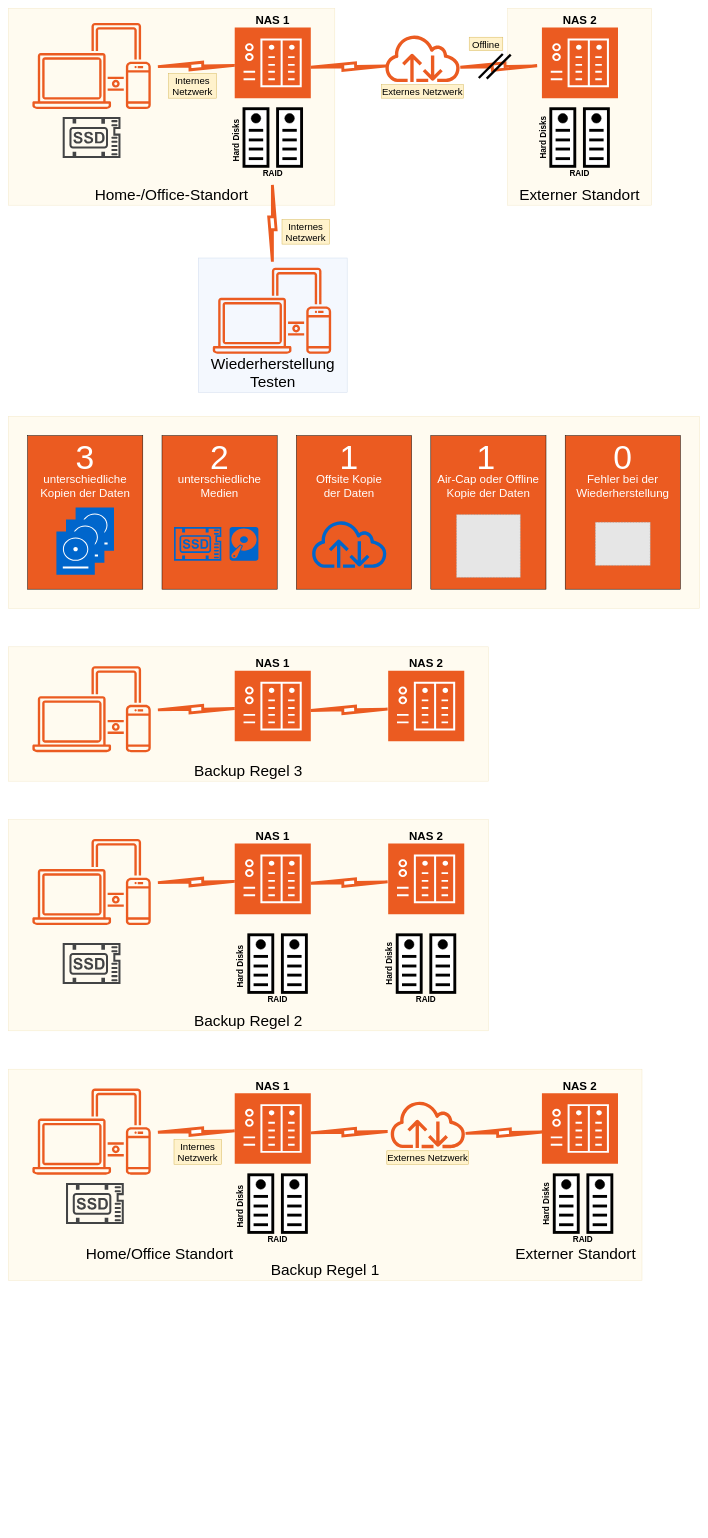
Earlier version of the draw.io diagram SmarterTec Data Management 3-2-1-1-0.drawio (noelchiocchetti/SmarterTec). Source tidied: cells renumbered, new cells numbered last; positions are measured from the earlier drawing's top-left corner, leaving out a move shared by most shapes. Both pictures are drawn from the tidied source at 48%, with x=0, y=0 at pixel (8, 8). Pictures stored in the file or linked from it are replaced by grey dashed boxes.
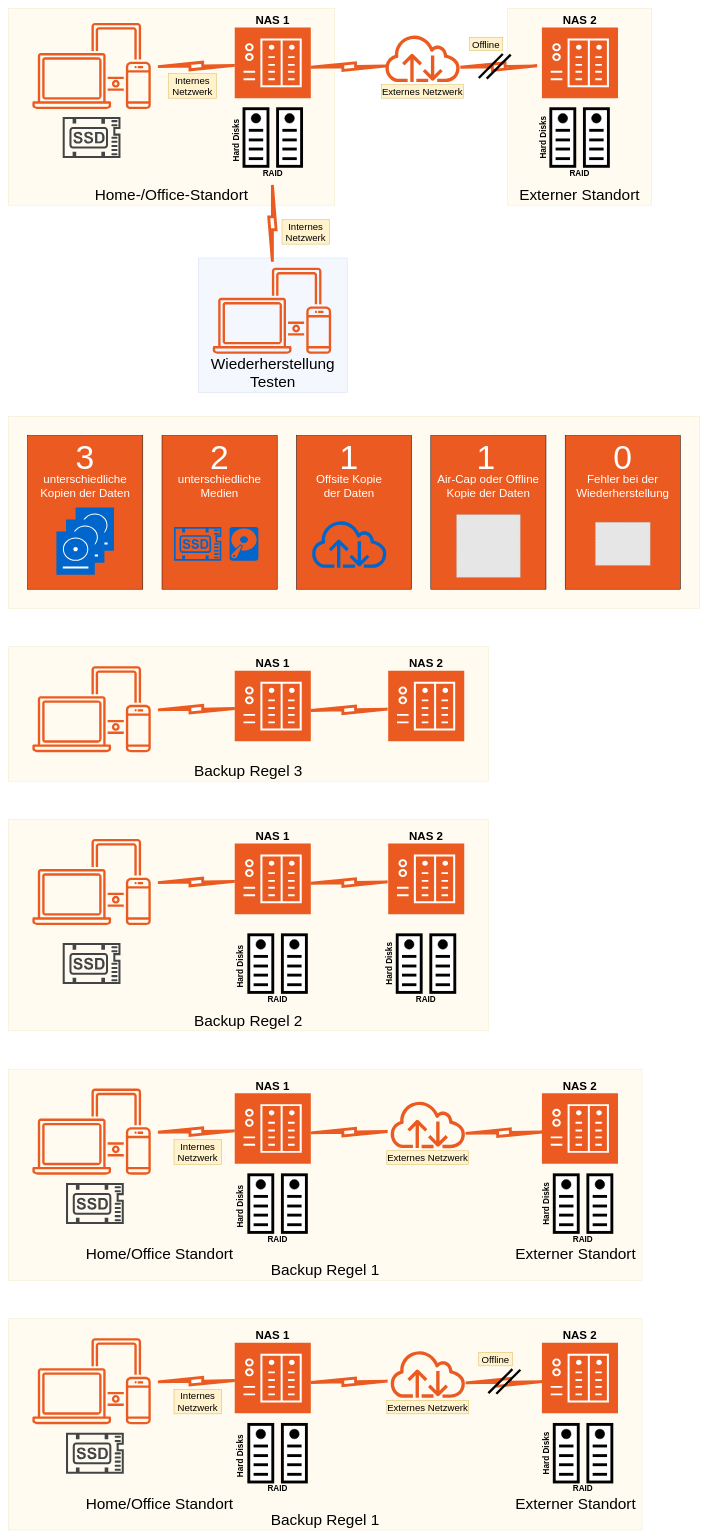
The same diagram, later.

What changed in the source:
```diff
@@
-    <mxCell id="47" style="endArrow=none;html=1;rounded=0;strokeWidth=5;" parent="1" edge="1">
-      <mxGeometry relative="1" as="geometry">
-        <mxPoint x="980" y="145" as="sourcePoint" />
-        <mxPoint x="1030" y="95" as="targetPoint" />
-      </mxGeometry>
-    </mxCell>
-    <mxCell id="48" style="endArrow=none;html=1;rounded=0;strokeWidth=5;" parent="1" edge="1">
-      <mxGeometry relative="1" as="geometry">
-        <mxPoint x="996.5" y="146.2" as="sourcePoint" />
-        <mxPoint x="1046.5" y="96.2" as="targetPoint" />
-      </mxGeometry>
-    </mxCell>
-    <mxCell id="49" value="Offline" style="whiteSpace=wrap;html=1;fillColor=#fff2cc;strokeColor=#d6b656;fontSize=20;" parent="1" vertex="1">
-      <mxGeometry x="960" y="60" width="70" height="28" as="geometry" />
-    </mxCell>
@@
+    <mxCell id="185" value="&lt;font style=&quot;font-size: 32px;&quot;&gt;Backup Regel 1&lt;/font&gt;" style="rounded=0;whiteSpace=wrap;html=1;fillColor=#FFF2CC;strokeColor=#d6b656;opacity=30;labelPosition=center;verticalLabelPosition=middle;align=center;verticalAlign=bottom;" parent="1" vertex="1">
+      <mxGeometry y="2730" width="1320" height="440" as="geometry" />
+    </mxCell>
+    <mxCell id="186" style="sketch=0;gradientColor=none;fontColor=#545B64;strokeColor=none;fillColor=#EB5B21;dashed=0;verticalLabelPosition=bottom;verticalAlign=top;align=center;html=1;fontSize=12;fontStyle=0;shape=mxgraph.aws4.illustration_devices;" parent="1" vertex="1">
+      <mxGeometry x="50" y="2770" width="246.6" height="180" as="geometry" />
+    </mxCell>
+    <mxCell id="187" style="sketch=0;shadow=0;dashed=0;html=1;strokeColor=none;fillColor=#EB5B21;labelPosition=center;verticalLabelPosition=bottom;verticalAlign=top;align=center;shape=mxgraph.veeam2.nas;" parent="1" vertex="1">
+      <mxGeometry x="471.5" y="2780" width="158.5" height="147" as="geometry" />
+    </mxCell>
+    <mxCell id="188" style="sketch=0;shadow=0;dashed=0;html=1;strokeColor=none;fillColor=#EB5B21;labelPosition=center;verticalLabelPosition=bottom;verticalAlign=top;align=center;shape=mxgraph.veeam2.nas;" parent="1" vertex="1">
+      <mxGeometry x="1111.5" y="2780" width="158.5" height="147" as="geometry" />
+    </mxCell>
+    <mxCell id="189" style="html=1;verticalLabelPosition=bottom;align=center;labelBackgroundColor=#ffffff;verticalAlign=top;strokeWidth=6;strokeColor=#EB5B21;shadow=0;dashed=0;shape=mxgraph.ios7.icons.flash;rotation=-181;" parent="1" vertex="1">
+      <mxGeometry x="311.5" y="2852.3" width="160" height="15.4" as="geometry" />
+    </mxCell>
+    <mxCell id="190" style="html=1;verticalLabelPosition=bottom;align=center;labelBackgroundColor=#ffffff;verticalAlign=top;strokeWidth=6;strokeColor=#EB5B21;shadow=0;dashed=0;shape=mxgraph.ios7.icons.flash;rotation=-181;" parent="1" vertex="1">
+      <mxGeometry x="630" y="2853.5" width="160" height="15.4" as="geometry" />
+    </mxCell>
+    <mxCell id="191" value="NAS 1" style="text;html=1;whiteSpace=wrap;strokeColor=none;fillColor=none;align=center;verticalAlign=middle;rounded=0;fontSize=24;fontStyle=1;" parent="1" vertex="1">
+      <mxGeometry x="511.1" y="2750" width="79.2" height="30" as="geometry" />
+    </mxCell>
+    <mxCell id="192" value="NAS 2" style="text;html=1;whiteSpace=wrap;strokeColor=none;fillColor=none;align=center;verticalAlign=middle;rounded=0;fontSize=24;fontStyle=1;" parent="1" vertex="1">
+      <mxGeometry x="1151.1" y="2750" width="79.2" height="30" as="geometry" />
+    </mxCell>
+    <mxCell id="193" style="sketch=0;shadow=0;dashed=0;html=1;strokeColor=none;fillColor=#434445;labelPosition=center;verticalLabelPosition=bottom;verticalAlign=top;align=center;shape=mxgraph.vvd.ssd;" parent="1" vertex="1">
+      <mxGeometry x="120" y="2967.2" width="120.4" height="85.5" as="geometry" />
+    </mxCell>
+    <mxCell id="194" style="group;" parent="1" vertex="1">
+      <mxGeometry x="470" y="2950" width="150.8" height="150" as="geometry" />
+    </mxCell>
+    <mxCell id="195" style="group;" parent="194" vertex="1">
+      <mxGeometry x="30.8" width="120" height="120" as="geometry" />
+    </mxCell>
+    <mxCell id="196" style="group;" parent="195" vertex="1">
+      <mxGeometry width="50" height="120" as="geometry" />
+    </mxCell>
+    <mxCell id="197" style="rounded=0;whiteSpace=wrap;html=1;strokeWidth=6;" parent="196" vertex="1">
+      <mxGeometry width="50" height="120" as="geometry" />
+    </mxCell>
+    <mxCell id="198" style="ellipse;whiteSpace=wrap;html=1;fillStyle=solid;fillColor=#000000;" parent="196" vertex="1">
+      <mxGeometry x="15" y="10" width="20" height="20" as="geometry" />
+    </mxCell>
+    <mxCell id="199" style="endArrow=none;html=1;rounded=0;strokeWidth=6;" parent="196" edge="1">
+      <mxGeometry relative="1" as="geometry">
+        <mxPoint x="10" y="45" as="sourcePoint" />
+        <mxPoint x="40" y="45" as="targetPoint" />
+      </mxGeometry>
+    </mxCell>
+    <mxCell id="200" style="endArrow=none;html=1;rounded=0;strokeWidth=6;" parent="196" edge="1">
+      <mxGeometry relative="1" as="geometry">
+        <mxPoint x="10" y="104" as="sourcePoint" />
+        <mxPoint x="40" y="104" as="targetPoint" />
+      </mxGeometry>
+    </mxCell>
+    <mxCell id="201" style="endArrow=none;html=1;rounded=0;strokeWidth=6;" parent="196" edge="1">
+      <mxGeometry relative="1" as="geometry">
+        <mxPoint x="10" y="65" as="sourcePoint" />
+        <mxPoint x="40" y="65" as="targetPoint" />
+      </mxGeometry>
+    </mxCell>
+    <mxCell id="202" style="endArrow=none;html=1;rounded=0;strokeWidth=6;" parent="196" edge="1">
+      <mxGeometry relative="1" as="geometry">
+        <mxPoint x="10" y="84" as="sourcePoint" />
+        <mxPoint x="40" y="84" as="targetPoint" />
+      </mxGeometry>
+    </mxCell>
+    <mxCell id="203" style="group;" parent="195" vertex="1">
+      <mxGeometry x="70" width="50" height="120" as="geometry" />
+    </mxCell>
+    <mxCell id="204" style="rounded=0;whiteSpace=wrap;html=1;strokeWidth=6;" parent="203" vertex="1">
+      <mxGeometry width="50" height="120" as="geometry" />
+    </mxCell>
+    <mxCell id="205" style="ellipse;whiteSpace=wrap;html=1;fillStyle=solid;fillColor=#000000;" parent="203" vertex="1">
+      <mxGeometry x="15" y="10" width="20" height="20" as="geometry" />
+    </mxCell>
+    <mxCell id="206" style="endArrow=none;html=1;rounded=0;strokeWidth=6;" parent="203" edge="1">
+      <mxGeometry relative="1" as="geometry">
+        <mxPoint x="10" y="45" as="sourcePoint" />
+        <mxPoint x="40" y="45" as="targetPoint" />
+      </mxGeometry>
+    </mxCell>
+    <mxCell id="207" style="endArrow=none;html=1;rounded=0;strokeWidth=6;" parent="203" edge="1">
+      <mxGeometry relative="1" as="geometry">
+        <mxPoint x="10" y="104" as="sourcePoint" />
+        <mxPoint x="40" y="104" as="targetPoint" />
+      </mxGeometry>
+    </mxCell>
+    <mxCell id="208" style="endArrow=none;html=1;rounded=0;strokeWidth=6;" parent="203" edge="1">
+      <mxGeometry relative="1" as="geometry">
+        <mxPoint x="10" y="65" as="sourcePoint" />
+        <mxPoint x="40" y="65" as="targetPoint" />
+      </mxGeometry>
+    </mxCell>
+    <mxCell id="209" style="endArrow=none;html=1;rounded=0;strokeWidth=6;" parent="203" edge="1">
+      <mxGeometry relative="1" as="geometry">
+        <mxPoint x="10" y="84" as="sourcePoint" />
+        <mxPoint x="40" y="84" as="targetPoint" />
+      </mxGeometry>
+    </mxCell>
+    <mxCell id="210" value="RAID" style="text;html=1;whiteSpace=wrap;strokeColor=none;fillColor=none;align=center;verticalAlign=middle;rounded=0;fontSize=17;fontStyle=1;" parent="194" vertex="1">
+      <mxGeometry x="60.8" y="120" width="60" height="30" as="geometry" />
+    </mxCell>
+    <mxCell id="211" value="Hard Disks" style="text;html=1;whiteSpace=wrap;strokeColor=none;fillColor=none;align=center;verticalAlign=middle;rounded=0;fontSize=17;fontStyle=1;rotation=-90;" parent="194" vertex="1">
+      <mxGeometry x="-40" y="51" width="110" height="30" as="geometry" />
+    </mxCell>
+    <mxCell id="212" style="sketch=0;fontColor=#232F3E;gradientColor=none;fillColor=#EB5B21;strokeColor=none;dashed=0;verticalLabelPosition=bottom;verticalAlign=top;align=center;html=1;fontSize=12;fontStyle=0;shape=mxgraph.aws4.internet;" parent="1" vertex="1">
+      <mxGeometry x="792.5" y="2794.5" width="162.5" height="100" as="geometry" />
+    </mxCell>
+    <mxCell id="213" style="html=1;verticalLabelPosition=bottom;align=center;labelBackgroundColor=#ffffff;verticalAlign=top;strokeWidth=6;strokeColor=#EB5B21;shadow=0;dashed=0;shape=mxgraph.ios7.icons.flash;rotation=-181;" parent="1" vertex="1">
+      <mxGeometry x="952.5" y="2854.5" width="160" height="15.4" as="geometry" />
+    </mxCell>
+    <mxCell id="214" value="Internes&lt;div&gt;Netzwerk&lt;/div&gt;" style="whiteSpace=wrap;html=1;fillColor=#fff2cc;strokeColor=#d6b656;fontSize=20;" parent="1" vertex="1">
+      <mxGeometry x="345" y="2876.9" width="99.1" height="51.1" as="geometry" />
+    </mxCell>
+    <mxCell id="215" value="Externes Netzwerk" style="whiteSpace=wrap;html=1;fillColor=#fff2cc;strokeColor=#d6b656;fontSize=20;" parent="1" vertex="1">
+      <mxGeometry x="788.4" y="2900" width="170.6" height="28" as="geometry" />
+    </mxCell>
+    <mxCell id="216" value="Externer Standort" style="text;html=1;whiteSpace=wrap;strokeColor=none;fillColor=none;align=center;verticalAlign=middle;rounded=0;fontSize=32;fontStyle=0;" parent="1" vertex="1">
+      <mxGeometry x="1052.2" y="3100" width="260" height="30" as="geometry" />
+    </mxCell>
+    <mxCell id="217" value="Home/Office Standort" style="text;html=1;whiteSpace=wrap;strokeColor=none;fillColor=none;align=center;verticalAlign=middle;rounded=0;fontSize=32;fontStyle=0;" parent="1" vertex="1">
+      <mxGeometry x="160" y="3100" width="310" height="30" as="geometry" />
+    </mxCell>
+    <mxCell id="218" style="group;" parent="1" vertex="1">
+      <mxGeometry x="1107.2" y="2950" width="150" height="150" as="geometry" />
+    </mxCell>
+    <mxCell id="219" value="RAID" style="text;html=1;whiteSpace=wrap;strokeColor=none;fillColor=none;align=center;verticalAlign=middle;rounded=0;fontSize=17;fontStyle=1;" parent="218" vertex="1">
+      <mxGeometry x="60" y="120" width="60" height="30" as="geometry" />
+    </mxCell>
+    <mxCell id="220" value="Hard Disks" style="text;html=1;whiteSpace=wrap;strokeColor=none;fillColor=none;align=center;verticalAlign=middle;rounded=0;fontSize=17;fontStyle=1;rotation=-90;" parent="218" vertex="1">
+      <mxGeometry x="-40" y="45" width="110" height="30" as="geometry" />
+    </mxCell>
+    <mxCell id="221" style="group;" parent="218" vertex="1">
+      <mxGeometry x="30" width="50" height="120" as="geometry" />
+    </mxCell>
+    <mxCell id="222" style="rounded=0;whiteSpace=wrap;html=1;strokeWidth=6;" parent="221" vertex="1">
+      <mxGeometry width="50" height="120" as="geometry" />
+    </mxCell>
+    <mxCell id="223" style="ellipse;whiteSpace=wrap;html=1;fillStyle=solid;fillColor=#000000;" parent="221" vertex="1">
+      <mxGeometry x="15" y="10" width="20" height="20" as="geometry" />
+    </mxCell>
+    <mxCell id="224" style="endArrow=none;html=1;rounded=0;strokeWidth=6;" parent="221" edge="1">
+      <mxGeometry relative="1" as="geometry">
+        <mxPoint x="10" y="45" as="sourcePoint" />
+        <mxPoint x="40" y="45" as="targetPoint" />
+      </mxGeometry>
+    </mxCell>
+    <mxCell id="225" style="endArrow=none;html=1;rounded=0;strokeWidth=6;" parent="221" edge="1">
+      <mxGeometry relative="1" as="geometry">
+        <mxPoint x="10" y="104" as="sourcePoint" />
+        <mxPoint x="40" y="104" as="targetPoint" />
+      </mxGeometry>
+    </mxCell>
+    <mxCell id="226" style="endArrow=none;html=1;rounded=0;strokeWidth=6;" parent="221" edge="1">
+      <mxGeometry relative="1" as="geometry">
+        <mxPoint x="10" y="65" as="sourcePoint" />
+        <mxPoint x="40" y="65" as="targetPoint" />
+      </mxGeometry>
+    </mxCell>
+    <mxCell id="227" style="endArrow=none;html=1;rounded=0;strokeWidth=6;" parent="221" edge="1">
+      <mxGeometry relative="1" as="geometry">
+        <mxPoint x="10" y="84" as="sourcePoint" />
+        <mxPoint x="40" y="84" as="targetPoint" />
+      </mxGeometry>
+    </mxCell>
+    <mxCell id="228" style="group;" parent="218" vertex="1">
+      <mxGeometry x="100" width="50" height="120" as="geometry" />
+    </mxCell>
+    <mxCell id="229" style="rounded=0;whiteSpace=wrap;html=1;strokeWidth=6;" parent="228" vertex="1">
+      <mxGeometry width="50" height="120" as="geometry" />
+    </mxCell>
+    <mxCell id="230" style="ellipse;whiteSpace=wrap;html=1;fillStyle=solid;fillColor=#000000;" parent="228" vertex="1">
+      <mxGeometry x="15" y="10" width="20" height="20" as="geometry" />
+    </mxCell>
+    <mxCell id="231" style="endArrow=none;html=1;rounded=0;strokeWidth=6;" parent="228" edge="1">
+      <mxGeometry relative="1" as="geometry">
+        <mxPoint x="10" y="45" as="sourcePoint" />
+        <mxPoint x="40" y="45" as="targetPoint" />
+      </mxGeometry>
+    </mxCell>
+    <mxCell id="232" style="endArrow=none;html=1;rounded=0;strokeWidth=6;" parent="228" edge="1">
+      <mxGeometry relative="1" as="geometry">
+        <mxPoint x="10" y="104" as="sourcePoint" />
+        <mxPoint x="40" y="104" as="targetPoint" />
+      </mxGeometry>
+    </mxCell>
+    <mxCell id="233" style="endArrow=none;html=1;rounded=0;strokeWidth=6;" parent="228" edge="1">
+      <mxGeometry relative="1" as="geometry">
+        <mxPoint x="10" y="65" as="sourcePoint" />
+        <mxPoint x="40" y="65" as="targetPoint" />
+      </mxGeometry>
+    </mxCell>
+    <mxCell id="234" style="endArrow=none;html=1;rounded=0;strokeWidth=6;" parent="228" edge="1">
+      <mxGeometry relative="1" as="geometry">
+        <mxPoint x="10" y="84" as="sourcePoint" />
+        <mxPoint x="40" y="84" as="targetPoint" />
+      </mxGeometry>
+    </mxCell>
+    <mxCell id="235" style="group;" parent="1" vertex="1">
+      <mxGeometry x="960" y="60" width="86.5" height="86.2" as="geometry" />
+    </mxCell>
+    <mxCell id="47" style="endArrow=none;html=1;rounded=0;strokeWidth=5;" parent="235" edge="1">
+      <mxGeometry relative="1" as="geometry">
+        <mxPoint x="20" y="85" as="sourcePoint" />
+        <mxPoint x="70" y="35" as="targetPoint" />
+      </mxGeometry>
+    </mxCell>
+    <mxCell id="48" style="endArrow=none;html=1;rounded=0;strokeWidth=5;" parent="235" edge="1">
+      <mxGeometry relative="1" as="geometry">
+        <mxPoint x="36.5" y="86.2" as="sourcePoint" />
+        <mxPoint x="86.5" y="36.2" as="targetPoint" />
+      </mxGeometry>
+    </mxCell>
+    <mxCell id="49" value="Offline" style="whiteSpace=wrap;html=1;fillColor=#fff2cc;strokeColor=#d6b656;fontSize=20;" parent="235" vertex="1">
+      <mxGeometry width="70" height="28" as="geometry" />
+    </mxCell>
+    <mxCell id="236" style="group;" parent="1" vertex="1">
+      <mxGeometry x="980" y="2800" width="86.5" height="86.2" as="geometry" />
+    </mxCell>
+    <mxCell id="237" style="endArrow=none;html=1;rounded=0;strokeWidth=5;" parent="236" edge="1">
+      <mxGeometry relative="1" as="geometry">
+        <mxPoint x="20" y="85" as="sourcePoint" />
+        <mxPoint x="70" y="35" as="targetPoint" />
+      </mxGeometry>
+    </mxCell>
+    <mxCell id="238" style="endArrow=none;html=1;rounded=0;strokeWidth=5;" parent="236" edge="1">
+      <mxGeometry relative="1" as="geometry">
+        <mxPoint x="36.5" y="86.2" as="sourcePoint" />
+        <mxPoint x="86.5" y="36.2" as="targetPoint" />
+      </mxGeometry>
+    </mxCell>
+    <mxCell id="239" value="Offline" style="whiteSpace=wrap;html=1;fillColor=#fff2cc;strokeColor=#d6b656;fontSize=20;" parent="236" vertex="1">
+      <mxGeometry width="70" height="28" as="geometry" />
+    </mxCell>
```
